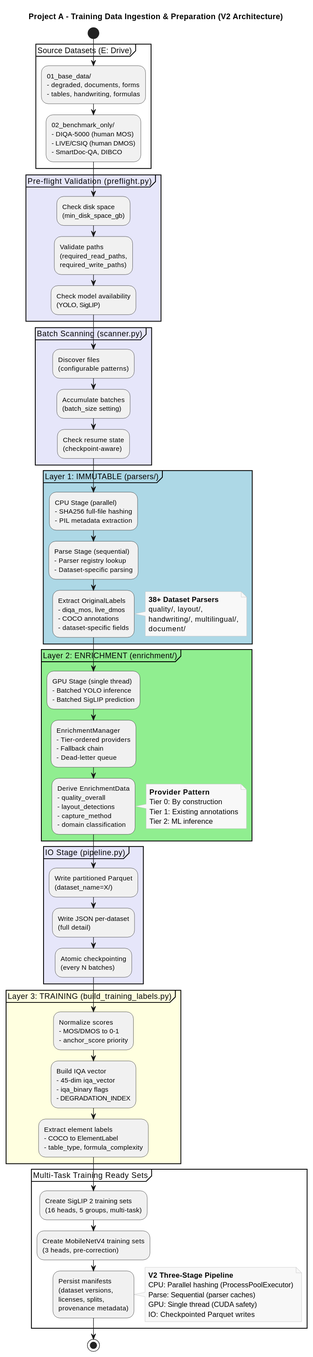
This is docs/architecture/diagrams/level-2/data-preparation/prepare-doc-training-data-ingestion.svg from williaby/image-preprocessing-detector, a PlantUML export, as it was before one commit. The source it was exported from:
```plantuml
@startuml
title Project A - Training Data Ingestion & Preparation (V2 Architecture)

skinparam dpi 150
skinparam shadowing false
skinparam rectangle {
  BackgroundColor White
  BorderColor Black
}
skinparam note {
  BackgroundColor #F8F8F8
  BorderColor #BBBBBB
}
start

partition "Source Datasets (E: Drive)" {
  :01_base_data/\n- degraded, documents, forms\n- tables, handwriting, formulas;
  :02_benchmark_only/\n- DIQA-5000 (human MOS)\n- LIVE/CSIQ (human DMOS)\n- SmartDoc-QA, DIBCO;
}

partition "Pre-flight Validation (preflight.py)" #E6E6FA {
  :Check disk space\n(min_disk_space_gb);
  :Validate paths\n(required_read_paths,\nrequired_write_paths);
  :Check model availability\n(YOLO, SigLIP);
}

partition "Batch Scanning (scanner.py)" #E6E6FA {
  :Discover files\n(configurable patterns);
  :Accumulate batches\n(batch_size setting);
  :Check resume state\n(checkpoint-aware);
}

partition "Layer 1: IMMUTABLE (parsers/)" #ADD8E6 {
  :CPU Stage (parallel)\n- SHA256 full-file hashing\n- PIL metadata extraction;
  :Parse Stage (sequential)\n- Parser registry lookup\n- Dataset-specific parsing;
  :Extract OriginalLabels\n- diqa_mos, live_dmos\n- COCO annotations\n- dataset-specific fields;
  note right
    **38+ Dataset Parsers**
    quality/, layout/,
    handwriting/, multilingual/,
    document/
  end note
}

partition "Layer 2: ENRICHMENT (enrichment/)" #90EE90 {
  :GPU Stage (single thread)\n- Batched YOLO inference\n- Batched SigLIP prediction;
  :EnrichmentManager\n- Tier-ordered providers\n- Fallback chain\n- Dead-letter queue;
  :Derive EnrichmentData\n- quality_overall\n- layout_detections\n- capture_method\n- domain classification;
  note right
    **Provider Pattern**
    Tier 0: By construction
    Tier 1: Existing annotations
    Tier 2: ML inference
  end note
}

partition "IO Stage (pipeline.py)" #E6E6FA {
  :Write partitioned Parquet\n(dataset_name=X/);
  :Write JSON per-dataset\n(full detail);
  :Atomic checkpointing\n(every N batches);
}

partition "Layer 3: TRAINING (build_training_labels.py)" #FFFFE0 {
  :Normalize scores\n- MOS/DMOS to 0-1\n- anchor_score priority;
  :Build IQA vector\n- 45-dim iqa_vector\n- iqa_binary flags\n- DEGRADATION_INDEX;
  :Extract element labels\n- COCO to ElementLabel\n- table_type, formula_complexity;
}

partition "Multi-Task Training Ready Sets" {
  :Create SigLIP 2 training sets\n(16 heads, 5 groups, multi-task);
  :Create MobileNetV4 training sets\n(3 heads, pre-correction);
  :Persist manifests\n(dataset versions,\nlicenses, splits,\nprovenance metadata);
}

note right
  **V2 Three-Stage Pipeline**
  CPU: Parallel hashing (ProcessPoolExecutor)
  Parse: Sequential (parser caches)
  GPU: Single thread (CUDA safety)
  IO: Checkpointed Parquet writes
end note

stop
@enduml
```
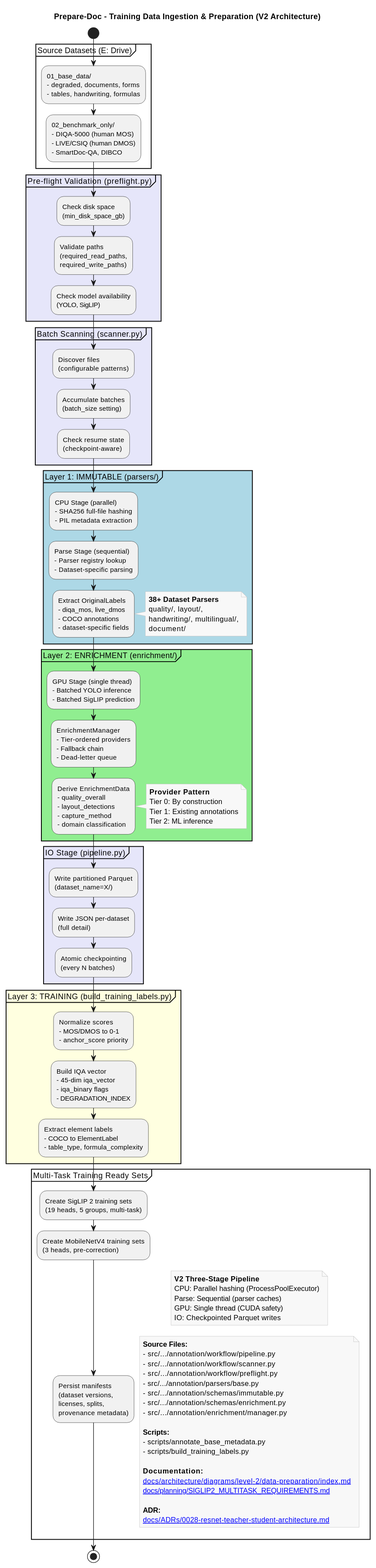
Above is the later version.

Change to the diagram source:
```diff
@@ -1,5 +1,5 @@
 @startuml
-title Project A - Training Data Ingestion & Preparation (V2 Architecture)
+title Prepare-Doc - Training Data Ingestion & Preparation (V2 Architecture)
 
 skinparam dpi 150
 skinparam shadowing false
@@ -67,7 +67,7 @@
 }
 
 partition "Multi-Task Training Ready Sets" {
-  :Create SigLIP 2 training sets\n(16 heads, 5 groups, multi-task);
+  :Create SigLIP 2 training sets\n(19 heads, 5 groups, multi-task);
   :Create MobileNetV4 training sets\n(3 heads, pre-correction);
   :Persist manifests\n(dataset versions,\nlicenses, splits,\nprovenance metadata);
 }
@@ -80,5 +80,27 @@
   IO: Checkpointed Parquet writes
 end note
 
+note right
+  **Source Files:**
+  - src/.../annotation/workflow/pipeline.py
+  - src/.../annotation/workflow/scanner.py
+  - src/.../annotation/workflow/preflight.py
+  - src/.../annotation/parsers/base.py
+  - src/.../annotation/schemas/immutable.py
+  - src/.../annotation/schemas/enrichment.py
+  - src/.../annotation/enrichment/manager.py
+
+  **Scripts:**
+  - scripts/annotate_base_metadata.py
+  - scripts/build_training_labels.py
+
+  **Documentation:**
+  [[docs/architecture/diagrams/level-2/data-preparation/index.md]]
+  [[docs/planning/SIGLIP2_MULTITASK_REQUIREMENTS.md]]
+
+  **ADR:**
+  [[docs/ADRs/0028-resnet-teacher-student-architecture.md]]
+end note
+
 stop
 @enduml
```
